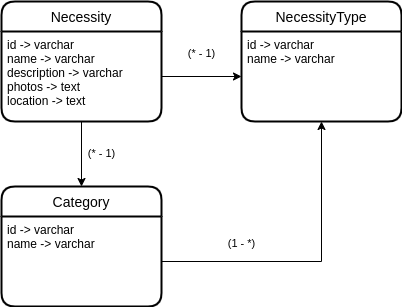
TTIP-UNQ-Team10/Mapping-Platform-Documentation keeps this draw.io diagram as assets/DiagramaEntidades.png. Above is the earlier version. Source tidied: cells renumbered, new cells last; positions are measured from the earlier drawing's top-left corner, leaving out a move shared by most shapes.
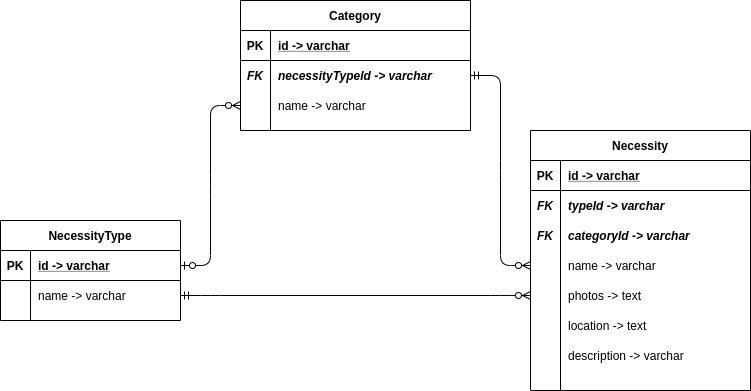
Above is the later version.

Commit message:
Add FKs to entities and improve DER

The edit, as a diff of the source:
```diff
@@ -2,32 +2,131 @@
   <root>
     <mxCell id="0" />
     <mxCell id="1" parent="0" />
+    <mxCell id="11" style="edgeStyle=entityRelationEdgeStyle;fontSize=12;html=1;endArrow=ERzeroToMany;startArrow=ERmandOne;exitX=1;exitY=0.5;exitDx=0;exitDy=0;entryX=0;entryY=0.5;entryDx=0;entryDy=0;" parent="1" edge="1" source="17" target="32">
+      <mxGeometry relative="1" as="geometry" />
+    </mxCell>
+    <mxCell id="12" style="edgeStyle=entityRelationEdgeStyle;fontSize=12;html=1;endArrow=ERzeroToMany;startArrow=ERmandOne;exitX=1;exitY=0.75;exitDx=0;exitDy=0;entryX=0;entryY=0.5;entryDx=0;entryDy=0;" parent="1" edge="1" source="6" target="35">
+      <mxGeometry relative="1" as="geometry" />
+    </mxCell>
+    <mxCell id="13" style="edgeStyle=entityRelationEdgeStyle;fontSize=12;html=1;endArrow=ERzeroToMany;startArrow=ERzeroToOne;exitX=1;exitY=0.5;exitDx=0;exitDy=0;entryX=0;entryY=0.5;entryDx=0;entryDy=0;" parent="1" edge="1" source="44" target="20">
+      <mxGeometry relative="1" as="geometry" />
+    </mxCell>
+    <mxCell id="4" value="Category" style="shape=table;startSize=30;rowLines=0;fontStyle=1;align=center;" parent="1" vertex="1">
+      <mxGeometry x="-40" y="-78" width="230" height="130" as="geometry" />
+    </mxCell>
+    <mxCell id="14" style="shape=partialRectangle;fillColor=none;top=0;left=0;bottom=1;right=0;" parent="4" vertex="1">
+      <mxGeometry y="30" width="230" height="30" as="geometry" />
+    </mxCell>
+    <mxCell id="15" value="PK" style="shape=partialRectangle;fillColor=none;top=0;left=0;bottom=0;right=0;fontStyle=1;overflow=hidden;" parent="14" vertex="1">
+      <mxGeometry width="30" height="30" as="geometry" />
+    </mxCell>
+    <mxCell id="16" value="id -&gt; varchar" style="shape=partialRectangle;fillColor=none;top=0;left=0;bottom=0;right=0;align=left;spacingLeft=6;fontStyle=5;overflow=hidden;" parent="14" vertex="1">
+      <mxGeometry x="30" width="200" height="30" as="geometry" />
+    </mxCell>
+    <mxCell id="17" style="shape=partialRectangle;fillColor=none;top=0;left=0;bottom=0;right=0;points=[[0,0.5],[1,0.5]];portConstraint=eastwest;fontStyle=0;" parent="4" vertex="1">
+      <mxGeometry y="60" width="230" height="30" as="geometry" />
+    </mxCell>
+    <mxCell id="18" value="FK" style="shape=partialRectangle;fillColor=none;top=0;left=0;bottom=0;right=0;fontStyle=3;overflow=hidden;" parent="17" vertex="1">
+      <mxGeometry width="30" height="30" as="geometry" />
+    </mxCell>
+    <mxCell id="19" value="necessityTypeId -&gt; varchar" style="shape=partialRectangle;fillColor=none;top=0;left=0;bottom=0;right=0;align=left;spacingLeft=6;fontStyle=3;overflow=hidden;" parent="17" vertex="1">
+      <mxGeometry x="30" width="200" height="30" as="geometry" />
+    </mxCell>
+    <mxCell id="20" style="shape=partialRectangle;fillColor=none;top=0;left=0;bottom=0;right=0;points=[[0,0.5],[1,0.5]];portConstraint=eastwest;fontStyle=0;" parent="4" vertex="1">
+      <mxGeometry y="90" width="230" height="30" as="geometry" />
+    </mxCell>
+    <mxCell id="21" style="shape=partialRectangle;fillColor=none;top=0;left=0;bottom=0;right=0;fontStyle=3;overflow=hidden;" parent="20" vertex="1">
+      <mxGeometry width="30" height="30" as="geometry" />
+    </mxCell>
+    <mxCell id="22" value="name -&gt; varchar" style="shape=partialRectangle;fillColor=none;top=0;left=0;bottom=0;right=0;align=left;spacingLeft=6;fontStyle=0;overflow=hidden;" parent="20" vertex="1">
+      <mxGeometry x="30" width="200" height="30" as="geometry" />
+    </mxCell>
-    <mxCell id="2" value="Necessity" style="swimlane;horizontal=1;startSize=30;rounded=1;fontSize=14;fontStyle=0;strokeWidth=2;shadow=0;dashed=0;align=center;" parent="1" vertex="1">
-      <mxGeometry width="160" height="120" as="geometry" />
+    <mxCell id="2" value="Necessity" style="shape=table;startSize=30;rowLines=0;fontStyle=1;align=center;" parent="1" vertex="1">
+      <mxGeometry x="250" y="52" width="220" height="260" as="geometry" />
     </mxCell>
-    <mxCell id="3" value="id -&gt; varchar&#10;name -&gt; varchar&#10;description -&gt; varchar&#10;photos -&gt; text&#10;location -&gt; text" style="align=left;strokeColor=none;fillColor=none;spacingLeft=4;fontSize=12;verticalAlign=top;" parent="2" vertex="1">
-      <mxGeometry y="30" width="160" height="90" as="geometry" />
-    </mxCell>
-    <mxCell id="4" value="Category" style="swimlane;horizontal=1;startSize=30;rounded=1;fontSize=14;fontStyle=0;strokeWidth=2;shadow=0;dashed=0;align=center;" parent="1" vertex="1">
-      <mxGeometry y="185" width="160" height="120" as="geometry" />
-    </mxCell>
-    <mxCell id="5" value="id -&gt; varchar&#10;name -&gt; varchar" style="align=left;strokeColor=none;fillColor=none;spacingLeft=4;fontSize=12;verticalAlign=top;" parent="4" vertex="1">
-      <mxGeometry y="30" width="160" height="90" as="geometry" />
-    </mxCell>
+    <mxCell id="23" style="shape=partialRectangle;fillColor=none;top=0;left=0;bottom=1;right=0;" parent="2" vertex="1">
+      <mxGeometry y="30" width="220" height="30" as="geometry" />
+    </mxCell>
+    <mxCell id="24" value="PK" style="shape=partialRectangle;fillColor=none;top=0;left=0;bottom=0;right=0;fontStyle=1;overflow=hidden;" parent="23" vertex="1">
+      <mxGeometry width="30" height="30" as="geometry" />
+    </mxCell>
+    <mxCell id="25" value="id -&gt; varchar" style="shape=partialRectangle;fillColor=none;top=0;left=0;bottom=0;right=0;align=left;spacingLeft=6;fontStyle=5;overflow=hidden;" parent="23" vertex="1">
+      <mxGeometry x="30" width="190" height="30" as="geometry" />
+    </mxCell>
+    <mxCell id="26" style="shape=partialRectangle;top=0;left=0;bottom=0;right=0;flipV=0;flipH=0;fillColor=none;" parent="2" vertex="1">
+      <mxGeometry y="60" width="220" height="30" as="geometry" />
+    </mxCell>
+    <mxCell id="27" value="FK" style="shape=partialRectangle;fillColor=none;top=0;left=0;bottom=0;right=0;fontStyle=3;overflow=hidden;" parent="26" vertex="1">
+      <mxGeometry width="30" height="30" as="geometry" />
+    </mxCell>
+    <mxCell id="28" value="typeId -&gt; varchar" style="shape=partialRectangle;fillColor=none;top=0;left=0;bottom=0;right=0;align=left;spacingLeft=6;fontStyle=3;overflow=hidden;" parent="26" vertex="1">
+      <mxGeometry x="30" width="190" height="30" as="geometry" />
+    </mxCell>
+    <mxCell id="29" style="shape=partialRectangle;fillColor=none;top=0;left=0;bottom=0;right=0;" parent="2" vertex="1">
+      <mxGeometry y="90" width="220" height="30" as="geometry" />
+    </mxCell>
+    <mxCell id="30" value="FK" style="shape=partialRectangle;fillColor=none;top=0;left=0;bottom=0;right=0;overflow=hidden;fontStyle=3;" parent="29" vertex="1">
+      <mxGeometry width="30" height="30" as="geometry" />
+    </mxCell>
+    <mxCell id="31" value="categoryId -&gt; varchar" style="shape=partialRectangle;fillColor=none;top=0;left=0;bottom=0;right=0;align=left;spacingLeft=6;overflow=hidden;fontStyle=3;" parent="29" vertex="1">
+      <mxGeometry x="30" width="190" height="30" as="geometry" />
+    </mxCell>
+    <mxCell id="32" style="shape=partialRectangle;fillColor=none;top=0;left=0;bottom=0;right=0;points=[[0,0.5],[1,0.5]];portConstraint=eastwest;" parent="2" vertex="1">
+      <mxGeometry y="120" width="220" height="30" as="geometry" />
+    </mxCell>
+    <mxCell id="33" style="shape=partialRectangle;fillColor=none;top=0;left=0;bottom=0;right=0;overflow=hidden;" parent="32" vertex="1">
+      <mxGeometry width="30" height="30" as="geometry" />
+    </mxCell>
+    <mxCell id="34" value="name -&gt; varchar" style="shape=partialRectangle;fillColor=none;top=0;left=0;bottom=0;right=0;align=left;spacingLeft=6;overflow=hidden;" parent="32" vertex="1">
+      <mxGeometry x="30" width="190" height="30" as="geometry" />
+    </mxCell>
+    <mxCell id="35" style="shape=partialRectangle;fillColor=none;top=0;left=0;bottom=0;right=0;points=[[0,0.5],[1,0.5]];portConstraint=eastwest;" parent="2" vertex="1">
+      <mxGeometry y="150" width="220" height="30" as="geometry" />
+    </mxCell>
+    <mxCell id="36" style="shape=partialRectangle;fillColor=none;top=0;left=0;bottom=0;right=0;overflow=hidden;" parent="35" vertex="1">
+      <mxGeometry width="30" height="30" as="geometry" />
+    </mxCell>
+    <mxCell id="37" value="photos -&gt; text" style="shape=partialRectangle;fillColor=none;top=0;left=0;bottom=0;right=0;align=left;spacingLeft=6;overflow=hidden;" parent="35" vertex="1">
+      <mxGeometry x="30" width="190" height="30" as="geometry" />
+    </mxCell>
+    <mxCell id="38" style="shape=partialRectangle;fillColor=none;top=0;left=0;bottom=0;right=0;" parent="2" vertex="1">
+      <mxGeometry y="180" width="220" height="30" as="geometry" />
+    </mxCell>
+    <mxCell id="39" style="shape=partialRectangle;fillColor=none;top=0;left=0;bottom=0;right=0;overflow=hidden;" parent="38" vertex="1">
+      <mxGeometry width="30" height="30" as="geometry" />
+    </mxCell>
+    <mxCell id="40" value="location -&gt; text" style="shape=partialRectangle;fillColor=none;top=0;left=0;bottom=0;right=0;align=left;spacingLeft=6;overflow=hidden;" parent="38" vertex="1">
+      <mxGeometry x="30" width="190" height="30" as="geometry" />
+    </mxCell>
+    <mxCell id="41" style="shape=partialRectangle;fillColor=none;top=0;left=0;bottom=0;right=0;" parent="2" vertex="1">
+      <mxGeometry y="210" width="220" height="30" as="geometry" />
+    </mxCell>
+    <mxCell id="42" style="shape=partialRectangle;fillColor=none;top=0;left=0;bottom=0;right=0;overflow=hidden;" parent="41" vertex="1">
+      <mxGeometry width="30" height="30" as="geometry" />
+    </mxCell>
+    <mxCell id="43" value="description -&gt; varchar" style="shape=partialRectangle;fillColor=none;top=0;left=0;bottom=0;right=0;align=left;spacingLeft=6;overflow=hidden;" parent="41" vertex="1">
+      <mxGeometry x="30" width="190" height="30" as="geometry" />
+    </mxCell>
-    <mxCell id="6" value="NecessityType" style="swimlane;horizontal=1;startSize=30;rounded=1;fontSize=14;fontStyle=0;strokeWidth=2;shadow=0;dashed=0;align=center;" parent="1" vertex="1">
-      <mxGeometry x="240" width="160" height="120" as="geometry" />
+    <mxCell id="6" value="NecessityType" style="shape=table;startSize=30;rowLines=0;fontStyle=1;align=center;" parent="1" vertex="1">
+      <mxGeometry x="-280" y="142" width="180" height="100" as="geometry" />
     </mxCell>
-    <mxCell id="7" value="id -&gt; varchar&#10;name -&gt; varchar" style="align=left;strokeColor=none;fillColor=none;spacingLeft=4;fontSize=12;verticalAlign=top;" parent="6" vertex="1">
-      <mxGeometry y="30" width="160" height="90" as="geometry" />
-    </mxCell>
-    <mxCell id="8" value="(* - 1)" style="edgeStyle=orthogonalEdgeStyle;rounded=0;jettySize=auto;html=1;exitX=1;exitY=0.5;exitDx=0;exitDy=0;entryX=0;entryY=0.5;entryDx=0;entryDy=0;" parent="1" edge="1" source="3" target="7">
-      <mxGeometry y="23" relative="1" as="geometry" />
-    </mxCell>
-    <mxCell id="9" value="(* - 1)" style="edgeStyle=orthogonalEdgeStyle;rounded=0;jettySize=auto;html=1;exitX=0.5;exitY=1;exitDx=0;exitDy=0;entryX=0.5;entryY=0;entryDx=0;entryDy=0;" parent="1" edge="1" source="3" target="4">
-      <mxGeometry x="-0.02" y="20" relative="1" as="geometry" />
-    </mxCell>
-    <mxCell id="10" value="(1 - *)" style="edgeStyle=orthogonalEdgeStyle;rounded=0;jettySize=auto;html=1;exitX=1;exitY=0.5;exitDx=0;exitDy=0;entryX=0.5;entryY=1;entryDx=0;entryDy=0;" parent="1" edge="1" source="5" target="7">
-      <mxGeometry x="-0.47" y="18" relative="1" as="geometry" />
-    </mxCell>
+    <mxCell id="44" style="shape=partialRectangle;fillColor=none;top=0;left=0;bottom=1;right=0;points=[[0,0.5],[1,0.5]];portConstraint=eastwest;" parent="6" vertex="1">
+      <mxGeometry y="30" width="180" height="30" as="geometry" />
+    </mxCell>
+    <mxCell id="45" value="PK" style="shape=partialRectangle;fillColor=none;top=0;left=0;bottom=0;right=0;fontStyle=1;overflow=hidden;" parent="44" vertex="1">
+      <mxGeometry width="30" height="30" as="geometry" />
+    </mxCell>
+    <mxCell id="46" value="id -&gt; varchar" style="shape=partialRectangle;fillColor=none;top=0;left=0;bottom=0;right=0;align=left;spacingLeft=6;fontStyle=5;overflow=hidden;" parent="44" vertex="1">
+      <mxGeometry x="30" width="150" height="30" as="geometry" />
+    </mxCell>
+    <mxCell id="47" style="shape=partialRectangle;fillColor=none;top=0;left=0;bottom=0;right=0;" parent="6" vertex="1">
+      <mxGeometry y="60" width="180" height="30" as="geometry" />
+    </mxCell>
+    <mxCell id="48" style="shape=partialRectangle;fillColor=none;top=0;left=0;bottom=0;right=0;overflow=hidden;" parent="47" vertex="1">
+      <mxGeometry width="30" height="30" as="geometry" />
+    </mxCell>
+    <mxCell id="49" value="name -&gt; varchar" style="shape=partialRectangle;fillColor=none;top=0;left=0;bottom=0;right=0;align=left;spacingLeft=6;overflow=hidden;" parent="47" vertex="1">
+      <mxGeometry x="30" width="150" height="30" as="geometry" />
+    </mxCell>
   </root>
 </mxGraphModel>
```
